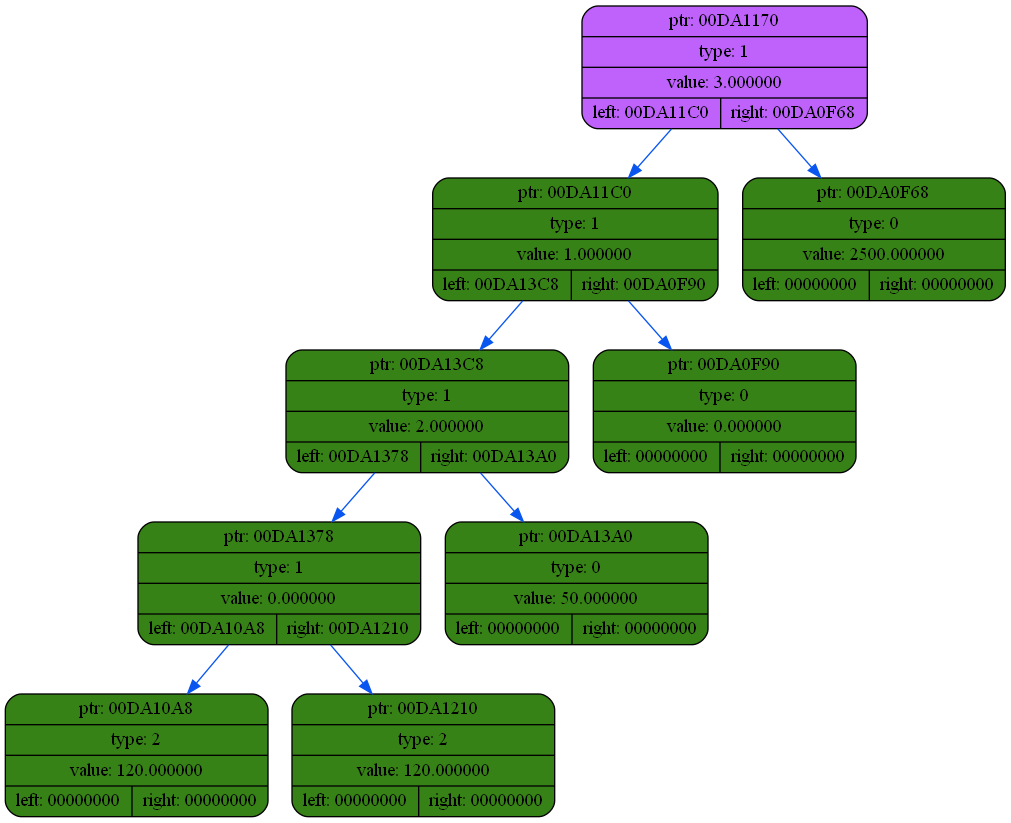
Above: dump/dump4.png in coffee8cat/differentiator (Graphviz), before the change. Its source is kept beside it as dump/dump4.dot.
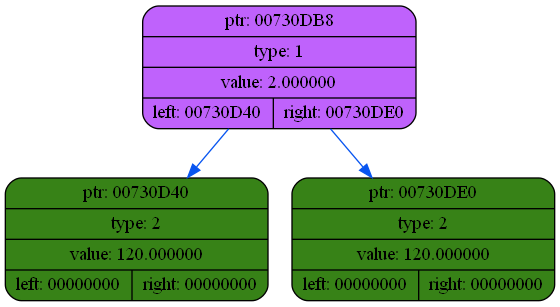
After the commit.

What changed in the source:
```diff
@@ -2,21 +2,9 @@
 {
     rankdir=TP
 
-        node00DA1170[shape=record,style="rounded,filled",fillcolor="#BF62FC",label="{ ptr: 00DA1170 | type: 1 | value: 3.000000| { left: 00DA11C0 | right: 00DA0F68 }}"];
-    node00DA1170 -> node00DA11C0[color="#0855F0"]
-    node00DA11C0[shape=record,style="rounded,filled",fillcolor="#378217",label="{ ptr: 00DA11C0 | type: 1 | value: 1.000000| { left: 00DA13C8 | right: 00DA0F90 }}"];
-    node00DA11C0 -> node00DA13C8[color="#0855F0"]
-    node00DA13C8[shape=record,style="rounded,filled",fillcolor="#378217",label="{ ptr: 00DA13C8 | type: 1 | value: 2.000000| { left: 00DA1378 | right: 00DA13A0 }}"];
-    node00DA13C8 -> node00DA1378[color="#0855F0"]
-    node00DA1378[shape=record,style="rounded,filled",fillcolor="#378217",label="{ ptr: 00DA1378 | type: 1 | value: 0.000000| { left: 00DA10A8 | right: 00DA1210 }}"];
-    node00DA1378 -> node00DA10A8[color="#0855F0"]
-    node00DA10A8[shape=record,style="rounded,filled",fillcolor="#378217",label="{ ptr: 00DA10A8 | type: 2 | value: 120.000000| { left: 00000000 | right: 00000000 }}"];
-    node00DA1378 -> node00DA1210[color="#0855F0"]
-    node00DA1210[shape=record,style="rounded,filled",fillcolor="#378217",label="{ ptr: 00DA1210 | type: 2 | value: 120.000000| { left: 00000000 | right: 00000000 }}"];
-    node00DA13C8 -> node00DA13A0[color="#0855F0"]
-    node00DA13A0[shape=record,style="rounded,filled",fillcolor="#378217",label="{ ptr: 00DA13A0 | type: 0 | value: 50.000000| { left: 00000000 | right: 00000000 }}"];
-    node00DA11C0 -> node00DA0F90[color="#0855F0"]
-    node00DA0F90[shape=record,style="rounded,filled",fillcolor="#378217",label="{ ptr: 00DA0F90 | type: 0 | value: 0.000000| { left: 00000000 | right: 00000000 }}"];
-    node00DA1170 -> node00DA0F68[color="#0855F0"]
-    node00DA0F68[shape=record,style="rounded,filled",fillcolor="#378217",label="{ ptr: 00DA0F68 | type: 0 | value: 2500.000000| { left: 00000000 | right: 00000000 }}"];
+        node00730DB8[shape=record,style="rounded,filled",fillcolor="#BF62FC",label="{ ptr: 00730DB8 | type: 1 | value: 2.000000| { left: 00730D40 | right: 00730DE0 }}"];
+    node00730DB8 -> node00730D40[color="#0855F0"]
+    node00730D40[shape=record,style="rounded,filled",fillcolor="#378217",label="{ ptr: 00730D40 | type: 2 | value: 120.000000| { left: 00000000 | right: 00000000 }}"];
+    node00730DB8 -> node00730DE0[color="#0855F0"]
+    node00730DE0[shape=record,style="rounded,filled",fillcolor="#378217",label="{ ptr: 00730DE0 | type: 2 | value: 120.000000| { left: 00000000 | right: 00000000 }}"];
 }
```
